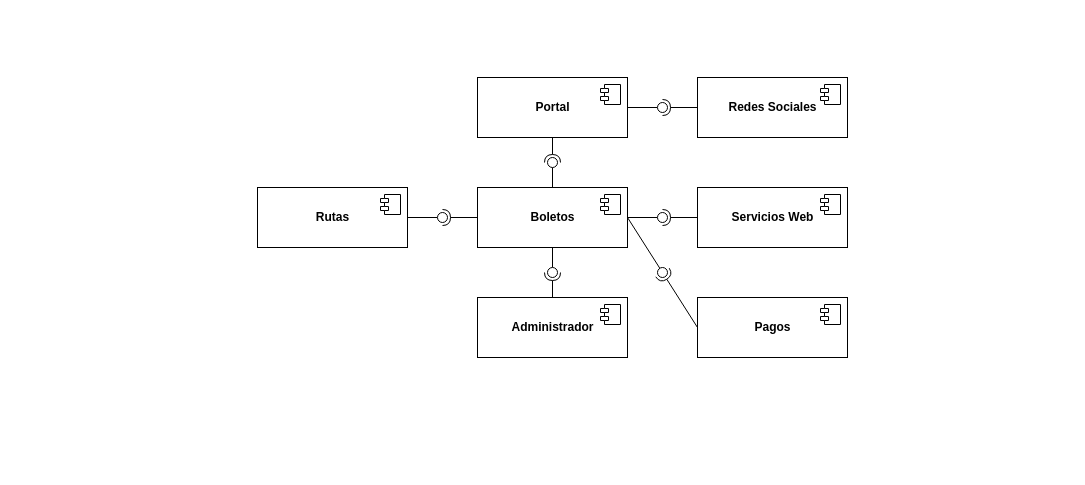
Before: uml_com_red_adm.drawio in info-marceloramirez/architecture_diagrams, a draw.io diagram. Source tidied: cells renumbered, new cells numbered last; positions are measured from the earlier drawing's top-left corner, leaving out a move shared by most shapes. Both pictures are drawn from the tidied source at 100%, with x=0, y=0 at pixel (257, 77).
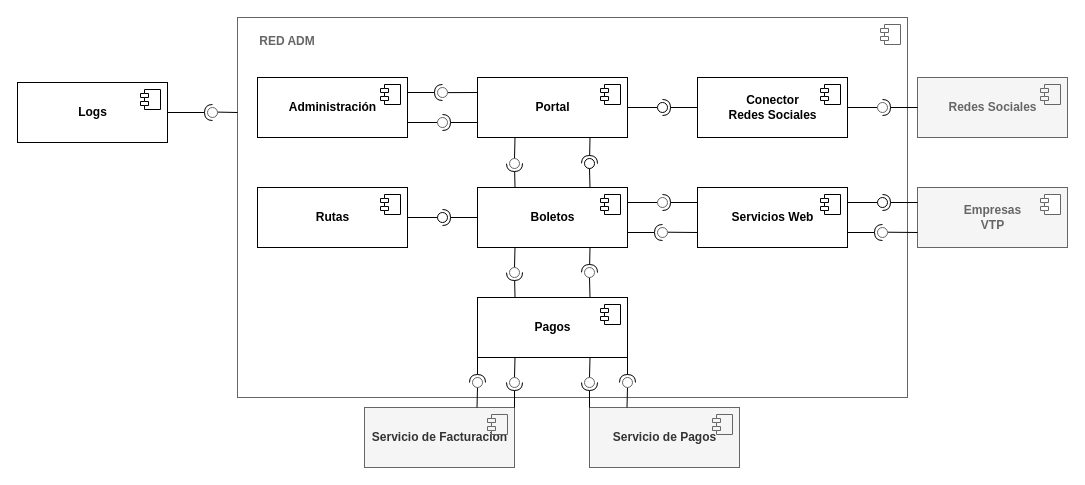
After the change.

The change refers to these unchanged cells:
```xml
<mxCell id="2" value="&lt;b&gt;Portal&lt;/b&gt;" style="html=1;" parent="1" vertex="1">
  <mxGeometry x="220" width="150" height="60" as="geometry" />
</mxCell>
<mxCell id="4" value="&lt;b&gt;Boletos&lt;/b&gt;" style="html=1;" parent="1" vertex="1">
  <mxGeometry x="220" y="110" width="150" height="60" as="geometry" />
</mxCell>
<mxCell id="8" value="&lt;b&gt;Servicios Web&lt;/b&gt;" style="html=1;" parent="1" vertex="1">
  <mxGeometry x="440" y="110" width="150" height="60" as="geometry" />
</mxCell>
```

Diff of the diagram source:
```diff
@@
+    <mxCell id="34" style="html=1;fontColor=#666666;strokeColor=#666666;fillColor=none;" parent="1" vertex="1">
+      <mxGeometry x="-20" y="-60" width="670" height="380" as="geometry" />
+    </mxCell>
+    <mxCell id="35" style="shape=module;jettyWidth=8;jettyHeight=4;fontColor=#666666;strokeColor=#666666;" parent="34" vertex="1">
+      <mxGeometry x="1" width="20" height="20" relative="1" as="geometry">
+        <mxPoint x="-27" y="7" as="offset" />
+      </mxGeometry>
+    </mxCell>
@@
-    <mxCell id="10" value="&lt;b&gt;Redes Sociales&lt;/b&gt;" style="html=1;" parent="1" vertex="1">
+    <mxCell id="10" value="&lt;b&gt;Conector&lt;br&gt;Redes Sociales&lt;/b&gt;" style="html=1;" parent="1" vertex="1">
       <mxGeometry x="440" width="150" height="60" as="geometry" />
     </mxCell>
@@
-    <mxCell id="12" value="&lt;b&gt;Pagos&lt;/b&gt;" style="html=1;" parent="1" vertex="1">
-      <mxGeometry x="440" y="220" width="150" height="60" as="geometry" />
+    <mxCell id="12" value="&lt;b&gt;Administración&lt;/b&gt;" style="html=1;" parent="1" vertex="1">
+      <mxGeometry width="150" height="60" as="geometry" />
     </mxCell>
@@
-    <mxCell id="14" value="&lt;b&gt;Administrador&lt;/b&gt;" style="html=1;" parent="1" vertex="1">
+    <mxCell id="14" value="&lt;b&gt;Pagos&lt;/b&gt;" style="html=1;" parent="1" vertex="1">
       <mxGeometry x="220" y="220" width="150" height="60" as="geometry" />
     </mxCell>
@@
-    <mxCell id="16" style="rounded=0;jettySize=auto;html=1;endArrow=none;endFill=0;sketch=0;sourcePerimeterSpacing=0;targetPerimeterSpacing=0;exitX=0.5;exitY=0;exitDx=0;exitDy=0;" parent="1" edge="1" source="4" target="18">
+    <mxCell id="16" style="rounded=0;jettySize=auto;html=1;endArrow=none;endFill=0;sketch=0;sourcePerimeterSpacing=0;targetPerimeterSpacing=0;exitX=0.75;exitY=0;exitDx=0;exitDy=0;" parent="1" edge="1" source="4" target="18">
       <mxGeometry relative="1" as="geometry" />
     </mxCell>
-    <mxCell id="17" style="rounded=0;jettySize=auto;html=1;endArrow=halfCircle;endFill=0;entryX=0.5;entryY=0.5;endSize=6;strokeWidth=1;sketch=0;exitX=0.5;exitY=1;exitDx=0;exitDy=0;" parent="1" edge="1" source="2" target="18">
+    <mxCell id="17" style="rounded=0;jettySize=auto;html=1;endArrow=halfCircle;endFill=0;entryX=0.5;entryY=0.5;endSize=6;strokeWidth=1;sketch=0;exitX=0.75;exitY=1;exitDx=0;exitDy=0;" parent="1" edge="1" source="2" target="18">
       <mxGeometry relative="1" as="geometry" />
     </mxCell>
     <mxCell id="18" style="ellipse;whiteSpace=wrap;html=1;align=center;points=[];outlineConnect=0;sketch=0;" parent="1" vertex="1">
-      <mxGeometry x="290" y="80" width="10" height="10" as="geometry" />
+      <mxGeometry x="327" y="81" width="10" height="10" as="geometry" />
     </mxCell>
@@
-    <mxCell id="22" style="rounded=0;jettySize=auto;html=1;endArrow=none;endFill=0;sketch=0;sourcePerimeterSpacing=0;targetPerimeterSpacing=0;exitX=1;exitY=0.5;exitDx=0;exitDy=0;" parent="1" edge="1" source="4" target="24">
-      <mxGeometry relative="1" as="geometry" />
-    </mxCell>
-    <mxCell id="23" style="rounded=0;jettySize=auto;html=1;endArrow=halfCircle;endFill=0;entryX=0.5;entryY=0.5;endSize=6;strokeWidth=1;sketch=0;exitX=0;exitY=0.5;exitDx=0;exitDy=0;" parent="1" edge="1" source="8" target="24">
-      <mxGeometry relative="1" as="geometry" />
-    </mxCell>
-    <mxCell id="24" style="ellipse;whiteSpace=wrap;html=1;align=center;points=[];outlineConnect=0;sketch=0;" parent="1" vertex="1">
-      <mxGeometry x="400" y="135" width="10" height="10" as="geometry" />
-    </mxCell>
@@
-    <mxCell id="28" style="rounded=0;jettySize=auto;html=1;endArrow=none;endFill=0;sketch=0;sourcePerimeterSpacing=0;targetPerimeterSpacing=0;exitX=1;exitY=0.5;exitDx=0;exitDy=0;" parent="1" edge="1" source="4" target="30">
-      <mxGeometry relative="1" as="geometry" />
-    </mxCell>
-    <mxCell id="29" style="rounded=0;jettySize=auto;html=1;endArrow=halfCircle;endFill=0;entryX=0.5;entryY=0.5;endSize=6;strokeWidth=1;sketch=0;exitX=0;exitY=0.5;exitDx=0;exitDy=0;" parent="1" edge="1" source="12" target="30">
-      <mxGeometry relative="1" as="geometry" />
-    </mxCell>
-    <mxCell id="30" style="ellipse;whiteSpace=wrap;html=1;align=center;points=[];outlineConnect=0;sketch=0;" parent="1" vertex="1">
-      <mxGeometry x="400" y="190" width="10" height="10" as="geometry" />
-    </mxCell>
-    <mxCell id="31" style="rounded=0;jettySize=auto;html=1;endArrow=none;endFill=0;sketch=0;sourcePerimeterSpacing=0;targetPerimeterSpacing=0;exitX=0.5;exitY=1;exitDx=0;exitDy=0;" parent="1" edge="1" source="4" target="33">
-      <mxGeometry relative="1" as="geometry" />
-    </mxCell>
-    <mxCell id="32" style="rounded=0;jettySize=auto;html=1;endArrow=halfCircle;endFill=0;entryX=0.5;entryY=0.5;endSize=6;strokeWidth=1;sketch=0;exitX=0.5;exitY=0;exitDx=0;exitDy=0;" parent="1" edge="1" source="14" target="33">
-      <mxGeometry relative="1" as="geometry" />
-    </mxCell>
-    <mxCell id="33" style="ellipse;whiteSpace=wrap;html=1;align=center;points=[];outlineConnect=0;sketch=0;" parent="1" vertex="1">
-      <mxGeometry x="290" y="190" width="10" height="10" as="geometry" />
-    </mxCell>
+    <mxCell id="36" value="&lt;b&gt;Empresas&lt;br&gt;VTP&lt;br&gt;&lt;/b&gt;" style="html=1;strokeColor=#666666;fontColor=#666666;fillColor=#f5f5f5;" parent="1" vertex="1">
+      <mxGeometry x="660" y="110" width="150" height="60" as="geometry" />
+    </mxCell>
+    <mxCell id="37" style="shape=module;jettyWidth=8;jettyHeight=4;fontColor=#666666;strokeColor=#666666;" parent="36" vertex="1">
+      <mxGeometry x="1" width="20" height="20" relative="1" as="geometry">
+        <mxPoint x="-27" y="7" as="offset" />
+      </mxGeometry>
+    </mxCell>
+    <mxCell id="38" style="rounded=0;jettySize=auto;html=1;endArrow=none;endFill=0;sketch=0;sourcePerimeterSpacing=0;targetPerimeterSpacing=0;exitX=1;exitY=0.25;exitDx=0;exitDy=0;" parent="1" edge="1" source="8" target="40">
+      <mxGeometry relative="1" as="geometry" />
+    </mxCell>
+    <mxCell id="39" style="rounded=0;jettySize=auto;html=1;endArrow=halfCircle;endFill=0;entryX=0.5;entryY=0.5;endSize=6;strokeWidth=1;sketch=0;exitX=0;exitY=0.25;exitDx=0;exitDy=0;" parent="1" edge="1" source="36" target="40">
+      <mxGeometry relative="1" as="geometry" />
+    </mxCell>
+    <mxCell id="40" style="ellipse;whiteSpace=wrap;html=1;align=center;points=[];outlineConnect=0;sketch=0;" parent="1" vertex="1">
+      <mxGeometry x="620" y="120" width="10" height="10" as="geometry" />
+    </mxCell>
+    <mxCell id="41" value="&lt;b&gt;Servicio&amp;nbsp;de Pagos&lt;br&gt;&lt;/b&gt;" style="html=1;strokeColor=#666666;fontColor=#333333;fillColor=#f5f5f5;" parent="1" vertex="1">
+      <mxGeometry x="332" y="330" width="150" height="60" as="geometry" />
+    </mxCell>
+    <mxCell id="42" style="shape=module;jettyWidth=8;jettyHeight=4;fontColor=#333333;strokeColor=#666666;fillColor=#f5f5f5;" parent="41" vertex="1">
+      <mxGeometry x="1" width="20" height="20" relative="1" as="geometry">
+        <mxPoint x="-27" y="7" as="offset" />
+      </mxGeometry>
+    </mxCell>
+    <mxCell id="43" value="&lt;b&gt;Redes Sociales&lt;br&gt;&lt;/b&gt;" style="html=1;strokeColor=#666666;fontColor=#666666;fillColor=#f5f5f5;" parent="1" vertex="1">
+      <mxGeometry x="660" width="150" height="60" as="geometry" />
+    </mxCell>
+    <mxCell id="44" style="shape=module;jettyWidth=8;jettyHeight=4;fontColor=#333333;strokeColor=#666666;fillColor=#f5f5f5;" parent="43" vertex="1">
+      <mxGeometry x="1" width="20" height="20" relative="1" as="geometry">
+        <mxPoint x="-27" y="7" as="offset" />
+      </mxGeometry>
+    </mxCell>
+    <mxCell id="45" style="rounded=0;jettySize=auto;html=1;endArrow=none;endFill=0;sketch=0;sourcePerimeterSpacing=0;targetPerimeterSpacing=0;fontColor=#666666;exitX=0.25;exitY=1;exitDx=0;exitDy=0;" parent="1" edge="1" source="2" target="47">
+      <mxGeometry relative="1" as="geometry" />
+    </mxCell>
+    <mxCell id="46" style="rounded=0;jettySize=auto;html=1;endArrow=halfCircle;endFill=0;entryX=0.5;entryY=0.5;endSize=6;strokeWidth=1;sketch=0;fontColor=#666666;exitX=0.25;exitY=0;exitDx=0;exitDy=0;" parent="1" edge="1" source="4" target="47">
+      <mxGeometry relative="1" as="geometry" />
+    </mxCell>
+    <mxCell id="47" style="ellipse;whiteSpace=wrap;html=1;align=center;points=[];outlineConnect=0;sketch=0;fontColor=#666666;strokeColor=#666666;" parent="1" vertex="1">
+      <mxGeometry x="252" y="81" width="10" height="10" as="geometry" />
+    </mxCell>
+    <mxCell id="48" style="rounded=0;jettySize=auto;html=1;endArrow=none;endFill=0;sketch=0;sourcePerimeterSpacing=0;targetPerimeterSpacing=0;fontColor=#666666;exitX=1;exitY=0.25;exitDx=0;exitDy=0;" parent="1" edge="1" source="4" target="50">
+      <mxGeometry relative="1" as="geometry" />
+    </mxCell>
+    <mxCell id="49" style="rounded=0;jettySize=auto;html=1;endArrow=halfCircle;endFill=0;entryX=0.5;entryY=0.5;endSize=6;strokeWidth=1;sketch=0;fontColor=#666666;exitX=0;exitY=0.25;exitDx=0;exitDy=0;" parent="1" edge="1" source="8" target="50">
+      <mxGeometry relative="1" as="geometry" />
+    </mxCell>
+    <mxCell id="50" style="ellipse;whiteSpace=wrap;html=1;align=center;points=[];outlineConnect=0;sketch=0;fontColor=#666666;strokeColor=#666666;" parent="1" vertex="1">
+      <mxGeometry x="400" y="120" width="10" height="10" as="geometry" />
+    </mxCell>
+    <mxCell id="51" style="rounded=0;jettySize=auto;html=1;endArrow=none;endFill=0;sketch=0;sourcePerimeterSpacing=0;targetPerimeterSpacing=0;fontColor=#666666;exitX=0;exitY=0.75;exitDx=0;exitDy=0;" parent="1" edge="1" source="36" target="53">
+      <mxGeometry relative="1" as="geometry" />
+    </mxCell>
+    <mxCell id="52" style="rounded=0;jettySize=auto;html=1;endArrow=halfCircle;endFill=0;entryX=0.5;entryY=0.5;endSize=6;strokeWidth=1;sketch=0;fontColor=#666666;exitX=1;exitY=0.75;exitDx=0;exitDy=0;" parent="1" edge="1" source="8" target="53">
+      <mxGeometry relative="1" as="geometry" />
+    </mxCell>
+    <mxCell id="53" style="ellipse;whiteSpace=wrap;html=1;align=center;points=[];outlineConnect=0;sketch=0;fontColor=#666666;strokeColor=#666666;" parent="1" vertex="1">
+      <mxGeometry x="620" y="150" width="10" height="10" as="geometry" />
+    </mxCell>
+    <mxCell id="54" style="rounded=0;jettySize=auto;html=1;endArrow=none;endFill=0;sketch=0;sourcePerimeterSpacing=0;targetPerimeterSpacing=0;fontColor=#666666;exitX=0;exitY=0.75;exitDx=0;exitDy=0;" parent="1" edge="1" source="8" target="56">
+      <mxGeometry relative="1" as="geometry" />
+    </mxCell>
+    <mxCell id="55" style="rounded=0;jettySize=auto;html=1;endArrow=halfCircle;endFill=0;entryX=0.5;entryY=0.5;endSize=6;strokeWidth=1;sketch=0;fontColor=#666666;exitX=1;exitY=0.75;exitDx=0;exitDy=0;" parent="1" edge="1" source="4" target="56">
+      <mxGeometry relative="1" as="geometry" />
+    </mxCell>
+    <mxCell id="56" style="ellipse;whiteSpace=wrap;html=1;align=center;points=[];outlineConnect=0;sketch=0;fontColor=#666666;strokeColor=#666666;" parent="1" vertex="1">
+      <mxGeometry x="400" y="150" width="10" height="10" as="geometry" />
+    </mxCell>
+    <mxCell id="57" style="rounded=0;jettySize=auto;html=1;endArrow=none;endFill=0;sketch=0;sourcePerimeterSpacing=0;targetPerimeterSpacing=0;fontColor=#666666;exitX=0.25;exitY=1;exitDx=0;exitDy=0;" parent="1" edge="1" source="4" target="59">
+      <mxGeometry relative="1" as="geometry" />
+    </mxCell>
+    <mxCell id="58" style="rounded=0;jettySize=auto;html=1;endArrow=halfCircle;endFill=0;entryX=0.5;entryY=0.5;endSize=6;strokeWidth=1;sketch=0;fontColor=#666666;exitX=0.25;exitY=0;exitDx=0;exitDy=0;" parent="1" edge="1" source="14" target="59">
+      <mxGeometry relative="1" as="geometry" />
+    </mxCell>
+    <mxCell id="59" style="ellipse;whiteSpace=wrap;html=1;align=center;points=[];outlineConnect=0;sketch=0;fontColor=#666666;strokeColor=#666666;" parent="1" vertex="1">
+      <mxGeometry x="252" y="190" width="10" height="10" as="geometry" />
+    </mxCell>
+    <mxCell id="60" style="rounded=0;jettySize=auto;html=1;endArrow=none;endFill=0;sketch=0;sourcePerimeterSpacing=0;targetPerimeterSpacing=0;fontColor=#666666;exitX=0.75;exitY=0;exitDx=0;exitDy=0;" parent="1" edge="1" source="14" target="62">
+      <mxGeometry relative="1" as="geometry" />
+    </mxCell>
+    <mxCell id="61" style="rounded=0;jettySize=auto;html=1;endArrow=halfCircle;endFill=0;entryX=0.5;entryY=0.5;endSize=6;strokeWidth=1;sketch=0;fontColor=#666666;exitX=0.75;exitY=1;exitDx=0;exitDy=0;" parent="1" edge="1" source="4" target="62">
+      <mxGeometry relative="1" as="geometry" />
+    </mxCell>
+    <mxCell id="62" style="ellipse;whiteSpace=wrap;html=1;align=center;points=[];outlineConnect=0;sketch=0;fontColor=#666666;strokeColor=#666666;" parent="1" vertex="1">
+      <mxGeometry x="327" y="190" width="10" height="10" as="geometry" />
+    </mxCell>
+    <mxCell id="63" value="&lt;b&gt;Servicio&amp;nbsp;de Facturación&lt;br&gt;&lt;/b&gt;" style="html=1;strokeColor=#666666;fontColor=#333333;fillColor=#f5f5f5;" parent="1" vertex="1">
+      <mxGeometry x="107" y="330" width="150" height="60" as="geometry" />
+    </mxCell>
+    <mxCell id="64" style="shape=module;jettyWidth=8;jettyHeight=4;fontColor=#333333;strokeColor=#666666;fillColor=#f5f5f5;" parent="63" vertex="1">
+      <mxGeometry x="1" width="20" height="20" relative="1" as="geometry">
+        <mxPoint x="-27" y="7" as="offset" />
+      </mxGeometry>
+    </mxCell>
+    <mxCell id="65" style="rounded=0;jettySize=auto;html=1;endArrow=none;endFill=0;sketch=0;sourcePerimeterSpacing=0;targetPerimeterSpacing=0;fontColor=#666666;exitX=1;exitY=0.5;exitDx=0;exitDy=0;" parent="1" edge="1" source="10" target="67">
+      <mxGeometry relative="1" as="geometry" />
+    </mxCell>
+    <mxCell id="66" style="rounded=0;jettySize=auto;html=1;endArrow=halfCircle;endFill=0;entryX=0.5;entryY=0.5;endSize=6;strokeWidth=1;sketch=0;fontColor=#666666;exitX=0;exitY=0.5;exitDx=0;exitDy=0;" parent="1" edge="1" source="43" target="67">
+      <mxGeometry relative="1" as="geometry" />
+    </mxCell>
+    <mxCell id="67" style="ellipse;whiteSpace=wrap;html=1;align=center;points=[];outlineConnect=0;sketch=0;fontColor=#666666;strokeColor=#666666;" parent="1" vertex="1">
+      <mxGeometry x="620" y="25" width="10" height="10" as="geometry" />
+    </mxCell>
+    <mxCell id="68" style="rounded=0;jettySize=auto;html=1;endArrow=none;endFill=0;sketch=0;sourcePerimeterSpacing=0;targetPerimeterSpacing=0;fontColor=#666666;exitX=0.25;exitY=1;exitDx=0;exitDy=0;" parent="1" edge="1" source="14" target="70">
+      <mxGeometry relative="1" as="geometry" />
+    </mxCell>
+    <mxCell id="69" style="rounded=0;jettySize=auto;html=1;endArrow=halfCircle;endFill=0;entryX=0.5;entryY=0.5;endSize=6;strokeWidth=1;sketch=0;fontColor=#666666;exitX=1;exitY=0;exitDx=0;exitDy=0;" parent="1" edge="1" source="63" target="70">
+      <mxGeometry relative="1" as="geometry" />
+    </mxCell>
+    <mxCell id="70" style="ellipse;whiteSpace=wrap;html=1;align=center;points=[];outlineConnect=0;sketch=0;fontColor=#666666;strokeColor=#666666;" parent="1" vertex="1">
+      <mxGeometry x="252" y="300" width="10" height="10" as="geometry" />
+    </mxCell>
+    <mxCell id="71" style="rounded=0;jettySize=auto;html=1;endArrow=none;endFill=0;sketch=0;sourcePerimeterSpacing=0;targetPerimeterSpacing=0;fontColor=#666666;exitX=0.75;exitY=0;exitDx=0;exitDy=0;" parent="1" edge="1" source="63" target="73">
+      <mxGeometry relative="1" as="geometry" />
+    </mxCell>
+    <mxCell id="72" style="rounded=0;jettySize=auto;html=1;endArrow=halfCircle;endFill=0;entryX=0.5;entryY=0.5;endSize=6;strokeWidth=1;sketch=0;fontColor=#666666;exitX=0;exitY=1;exitDx=0;exitDy=0;" parent="1" edge="1" source="14" target="73">
+      <mxGeometry relative="1" as="geometry" />
+    </mxCell>
+    <mxCell id="73" style="ellipse;whiteSpace=wrap;html=1;align=center;points=[];outlineConnect=0;sketch=0;fontColor=#666666;strokeColor=#666666;" parent="1" vertex="1">
+      <mxGeometry x="215" y="300" width="10" height="10" as="geometry" />
+    </mxCell>
+    <mxCell id="74" style="rounded=0;jettySize=auto;html=1;endArrow=none;endFill=0;sketch=0;sourcePerimeterSpacing=0;targetPerimeterSpacing=0;fontColor=#666666;exitX=0.75;exitY=1;exitDx=0;exitDy=0;" parent="1" edge="1" source="14" target="76">
+      <mxGeometry relative="1" as="geometry" />
+    </mxCell>
+    <mxCell id="75" style="rounded=0;jettySize=auto;html=1;endArrow=halfCircle;endFill=0;entryX=0.5;entryY=0.5;endSize=6;strokeWidth=1;sketch=0;fontColor=#666666;exitX=0;exitY=0;exitDx=0;exitDy=0;" parent="1" edge="1" source="41" target="76">
+      <mxGeometry relative="1" as="geometry" />
+    </mxCell>
+    <mxCell id="76" style="ellipse;whiteSpace=wrap;html=1;align=center;points=[];outlineConnect=0;sketch=0;fontColor=#666666;strokeColor=#666666;" parent="1" vertex="1">
+      <mxGeometry x="327" y="300" width="10" height="10" as="geometry" />
+    </mxCell>
+    <mxCell id="77" style="rounded=0;jettySize=auto;html=1;endArrow=none;endFill=0;sketch=0;sourcePerimeterSpacing=0;targetPerimeterSpacing=0;fontColor=#666666;exitX=0.25;exitY=0;exitDx=0;exitDy=0;" parent="1" edge="1" source="41" target="79">
+      <mxGeometry relative="1" as="geometry" />
+    </mxCell>
+    <mxCell id="78" style="rounded=0;jettySize=auto;html=1;endArrow=halfCircle;endFill=0;entryX=0.5;entryY=0.5;endSize=6;strokeWidth=1;sketch=0;fontColor=#666666;exitX=1;exitY=1;exitDx=0;exitDy=0;" parent="1" edge="1" source="14" target="79">
+      <mxGeometry relative="1" as="geometry" />
+    </mxCell>
+    <mxCell id="79" style="ellipse;whiteSpace=wrap;html=1;align=center;points=[];outlineConnect=0;sketch=0;fontColor=#666666;strokeColor=#666666;" parent="1" vertex="1">
+      <mxGeometry x="365" y="300" width="10" height="10" as="geometry" />
+    </mxCell>
+    <mxCell id="80" style="rounded=0;jettySize=auto;html=1;endArrow=none;endFill=0;sketch=0;sourcePerimeterSpacing=0;targetPerimeterSpacing=0;fontColor=#666666;exitX=0;exitY=0.25;exitDx=0;exitDy=0;" parent="1" edge="1" source="2" target="82">
+      <mxGeometry relative="1" as="geometry" />
+    </mxCell>
+    <mxCell id="81" style="rounded=0;jettySize=auto;html=1;endArrow=halfCircle;endFill=0;entryX=0.5;entryY=0.5;endSize=6;strokeWidth=1;sketch=0;fontColor=#666666;exitX=1;exitY=0.25;exitDx=0;exitDy=0;" parent="1" edge="1" source="12" target="82">
+      <mxGeometry relative="1" as="geometry" />
+    </mxCell>
+    <mxCell id="82" style="ellipse;whiteSpace=wrap;html=1;align=center;points=[];outlineConnect=0;sketch=0;fontColor=#666666;strokeColor=#666666;" parent="1" vertex="1">
+      <mxGeometry x="180" y="10" width="10" height="10" as="geometry" />
+    </mxCell>
+    <mxCell id="83" style="rounded=0;jettySize=auto;html=1;endArrow=none;endFill=0;sketch=0;sourcePerimeterSpacing=0;targetPerimeterSpacing=0;fontColor=#666666;exitX=1;exitY=0.75;exitDx=0;exitDy=0;" parent="1" edge="1" source="12" target="85">
+      <mxGeometry relative="1" as="geometry" />
+    </mxCell>
+    <mxCell id="84" style="rounded=0;jettySize=auto;html=1;endArrow=halfCircle;endFill=0;entryX=0.5;entryY=0.5;endSize=6;strokeWidth=1;sketch=0;fontColor=#666666;exitX=0;exitY=0.75;exitDx=0;exitDy=0;" parent="1" edge="1" source="2" target="85">
+      <mxGeometry relative="1" as="geometry" />
+    </mxCell>
+    <mxCell id="85" style="ellipse;whiteSpace=wrap;html=1;align=center;points=[];outlineConnect=0;sketch=0;fontColor=#666666;strokeColor=#666666;" parent="1" vertex="1">
+      <mxGeometry x="180" y="40" width="10" height="10" as="geometry" />
+    </mxCell>
+    <mxCell id="86" value="RED ADM" style="text;align=center;fontStyle=1;verticalAlign=middle;spacingLeft=3;spacingRight=3;strokeColor=none;fontColor=#666666;fillColor=none;" parent="1" vertex="1">
+      <mxGeometry x="-10" y="-50" width="80" height="26" as="geometry" />
+    </mxCell>
+    <mxCell id="87" value="&lt;b&gt;Logs&lt;/b&gt;" style="html=1;" parent="1" vertex="1">
+      <mxGeometry x="-240" y="5" width="150" height="60" as="geometry" />
+    </mxCell>
+    <mxCell id="88" style="shape=module;jettyWidth=8;jettyHeight=4;" parent="87" vertex="1">
+      <mxGeometry x="1" width="20" height="20" relative="1" as="geometry">
+        <mxPoint x="-27" y="7" as="offset" />
+      </mxGeometry>
+    </mxCell>
+    <mxCell id="89" style="rounded=0;jettySize=auto;html=1;endArrow=none;endFill=0;sketch=0;sourcePerimeterSpacing=0;targetPerimeterSpacing=0;fontColor=#666666;exitX=0;exitY=0.25;exitDx=0;exitDy=0;" parent="1" edge="1" source="34" target="91">
+      <mxGeometry relative="1" as="geometry" />
+    </mxCell>
+    <mxCell id="90" style="rounded=0;jettySize=auto;html=1;endArrow=halfCircle;endFill=0;entryX=0.5;entryY=0.5;endSize=6;strokeWidth=1;sketch=0;fontColor=#666666;exitX=1;exitY=0.5;exitDx=0;exitDy=0;" parent="1" edge="1" source="87" target="91">
+      <mxGeometry relative="1" as="geometry" />
+    </mxCell>
+    <mxCell id="91" style="ellipse;whiteSpace=wrap;html=1;align=center;points=[];outlineConnect=0;sketch=0;fontColor=#666666;strokeColor=#666666;fillColor=none;" parent="1" vertex="1">
+      <mxGeometry x="-50" y="30" width="10" height="10" as="geometry" />
+    </mxCell>
```
